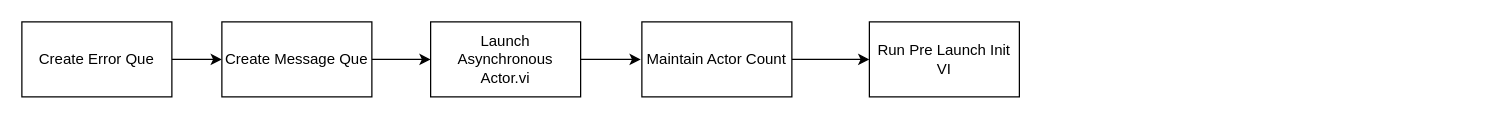
The draw.io diagram Launch Root Actor Data Flow.drawio in KentonYoung/ActorFramework, before the edit. Source tidied: cells renumbered, new cells numbered last; positions are measured from the earlier drawing's top-left corner, leaving out a move shared by most shapes. Both pictures are drawn from the tidied source at 125%, with x=0, y=0 at pixel (21, 21).
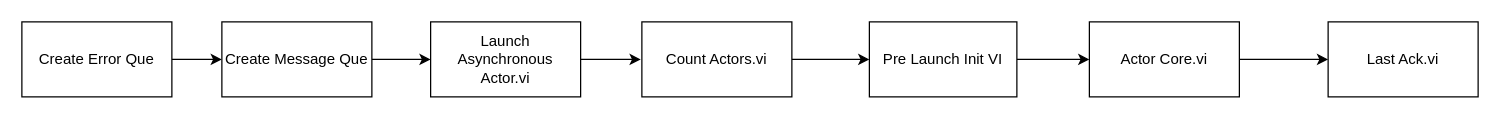
The same diagram, later.

The edit, as a diff of the source:
```diff
@@
 <mxGraphModel>
   <root>
     <mxCell id="0" />
     <mxCell id="1" parent="0" />
     <mxCell id="2" style="edgeStyle=orthogonalEdgeStyle;rounded=0;jettySize=auto;html=1;exitX=1;exitY=0.5;exitDx=0;exitDy=0;entryX=0;entryY=0.5;entryDx=0;entryDy=0;" parent="1" edge="1" source="3" target="5">
       <mxGeometry relative="1" as="geometry" />
     </mxCell>
     <mxCell id="3" value="Create Error Que" style="rounded=0;whiteSpace=wrap;html=1;" parent="1" vertex="1">
       <mxGeometry width="120" height="60" as="geometry" />
     </mxCell>
     <mxCell id="4" style="edgeStyle=orthogonalEdgeStyle;rounded=0;jettySize=auto;html=1;exitX=1;exitY=0.5;exitDx=0;exitDy=0;entryX=0;entryY=0.5;entryDx=0;entryDy=0;" parent="1" edge="1" source="5" target="7">
       <mxGeometry relative="1" as="geometry" />
     </mxCell>
     <mxCell id="5" value="Create Message Que" style="rounded=0;whiteSpace=wrap;html=1;" parent="1" vertex="1">
       <mxGeometry x="160" width="120" height="60" as="geometry" />
     </mxCell>
     <mxCell id="6" style="edgeStyle=orthogonalEdgeStyle;rounded=0;jettySize=auto;html=1;exitX=1;exitY=0.5;exitDx=0;exitDy=0;" parent="1" edge="1" source="7">
       <mxGeometry relative="1" as="geometry">
         <mxPoint x="495.1" y="30" as="targetPoint" />
       </mxGeometry>
     </mxCell>
     <mxCell id="7" value="Launch Asynchronous Actor.vi" style="rounded=0;whiteSpace=wrap;html=1;" parent="1" vertex="1">
       <mxGeometry x="327" width="120" height="60" as="geometry" />
     </mxCell>
     <mxCell id="8" style="edgeStyle=orthogonalEdgeStyle;rounded=0;jettySize=auto;html=1;exitX=1;exitY=0.5;exitDx=0;exitDy=0;entryX=0;entryY=0.5;entryDx=0;entryDy=0;" parent="1" edge="1" source="9" target="10">
       <mxGeometry relative="1" as="geometry" />
     </mxCell>
-    <mxCell id="9" value="Maintain Actor Count" style="rounded=0;whiteSpace=wrap;html=1;" parent="1" vertex="1">
+    <mxCell id="9" value="Count Actors.vi" style="rounded=0;whiteSpace=wrap;html=1;" parent="1" vertex="1">
       <mxGeometry x="496" width="120" height="60" as="geometry" />
     </mxCell>
+    <mxCell id="11" style="edgeStyle=orthogonalEdgeStyle;rounded=0;jettySize=auto;html=1;exitX=1;exitY=0.5;exitDx=0;exitDy=0;" parent="1" edge="1" source="10" target="13">
+      <mxGeometry relative="1" as="geometry" />
+    </mxCell>
-    <mxCell id="10" value="Run Pre Launch Init VI" style="rounded=0;whiteSpace=wrap;html=1;" parent="1" vertex="1">
-      <mxGeometry x="678" width="120" height="60" as="geometry" />
+    <mxCell id="10" value="Pre Launch Init VI" style="rounded=0;whiteSpace=wrap;html=1;" parent="1" vertex="1">
+      <mxGeometry x="678" width="118" height="60" as="geometry" />
     </mxCell>
+    <mxCell id="12" style="edgeStyle=orthogonalEdgeStyle;rounded=0;jettySize=auto;html=1;exitX=1;exitY=0.5;exitDx=0;exitDy=0;entryX=0;entryY=0.5;entryDx=0;entryDy=0;" parent="1" edge="1" source="13" target="14">
+      <mxGeometry relative="1" as="geometry" />
+    </mxCell>
+    <mxCell id="13" value="Actor Core.vi" style="rounded=0;whiteSpace=wrap;html=1;" parent="1" vertex="1">
+      <mxGeometry x="854" width="120" height="60" as="geometry" />
+    </mxCell>
+    <mxCell id="14" value="Last Ack.vi" style="rounded=0;whiteSpace=wrap;html=1;" parent="1" vertex="1">
+      <mxGeometry x="1045" width="120" height="60" as="geometry" />
+    </mxCell>
   </root>
 </mxGraphModel>
```
